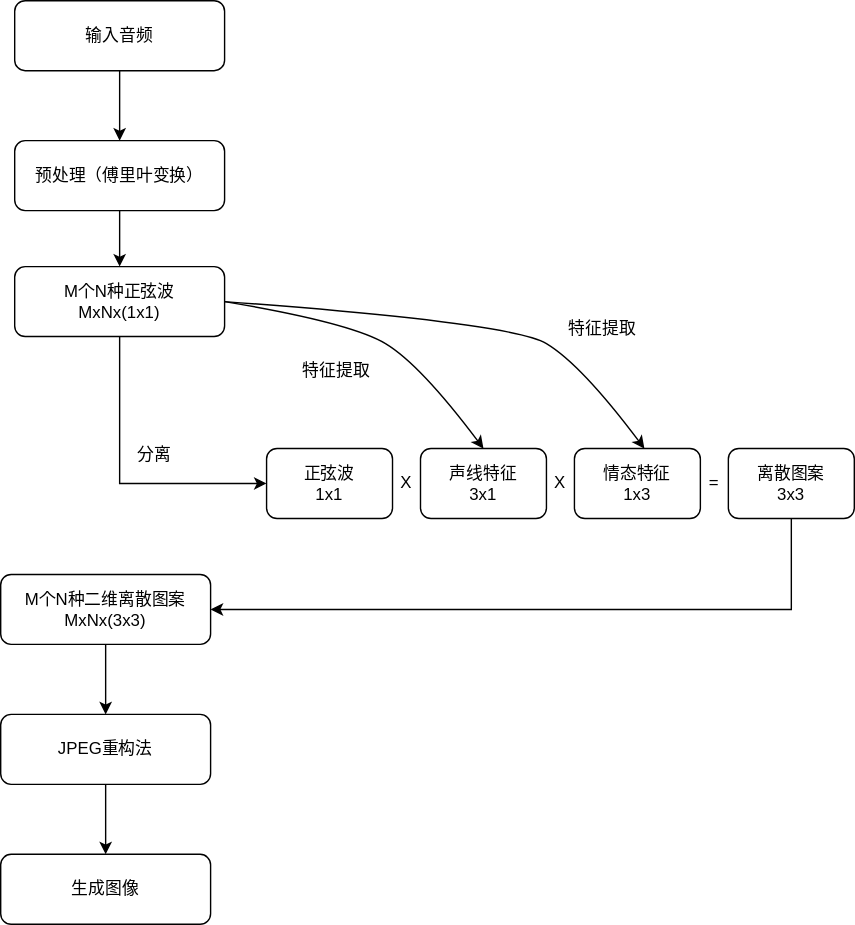
This is audio2image.svg from hrf666666/FlowCharts, a draw.io export, as it was before one commit. Source tidied: cells renumbered, new cells last; positions are measured from the earlier drawing's top-left corner, leaving out a move shared by most shapes.
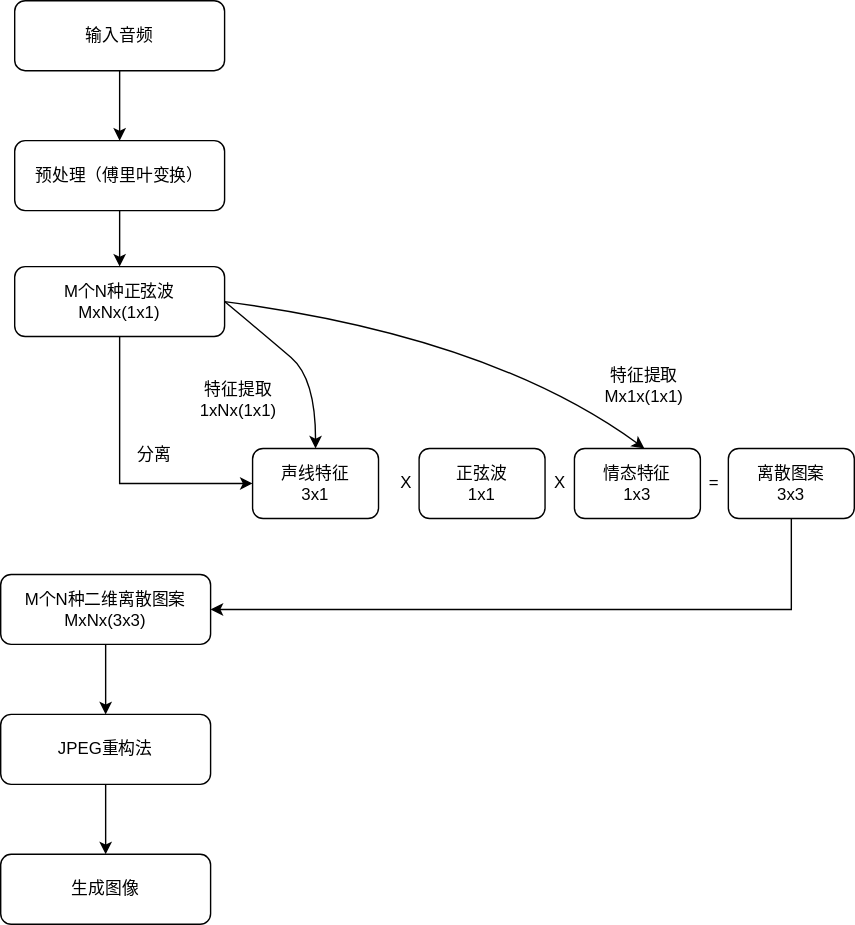
After the commit.

Diff of the diagram source:
```diff
@@ -36,7 +36,7 @@
       <mxGeometry x="410" y="320" width="90" height="50" as="geometry" />
     </mxCell>
     <mxCell id="13" value="声线特征&lt;br&gt;3x1" style="rounded=1;whiteSpace=wrap;html=1;fontSize=12;glass=0;strokeWidth=1;shadow=0;" parent="1" vertex="1">
-      <mxGeometry x="300" y="320" width="90" height="50" as="geometry" />
+      <mxGeometry x="180" y="320" width="90" height="50" as="geometry" />
     </mxCell>
     <mxCell id="14" value="X" style="text;strokeColor=none;align=center;fillColor=none;html=1;verticalAlign=middle;whiteSpace=wrap;rounded=0;" parent="1" vertex="1">
       <mxGeometry x="370" y="330" width="60" height="30" as="geometry" />
@@ -48,7 +48,7 @@
       <mxGeometry x="520" y="320" width="90" height="50" as="geometry" />
     </mxCell>
     <mxCell id="17" value="正弦波&lt;br&gt;1x1" style="rounded=1;whiteSpace=wrap;html=1;fontSize=12;glass=0;strokeWidth=1;shadow=0;" parent="1" vertex="1">
-      <mxGeometry x="190" y="320" width="90" height="50" as="geometry" />
+      <mxGeometry x="299" y="320" width="90" height="50" as="geometry" />
     </mxCell>
     <mxCell id="18" value="X" style="text;strokeColor=none;align=center;fillColor=none;html=1;verticalAlign=middle;whiteSpace=wrap;rounded=0;" parent="1" vertex="1">
       <mxGeometry x="260" y="330" width="60" height="30" as="geometry" />
@@ -56,7 +56,7 @@
     <mxCell id="19" value="分离" style="text;strokeColor=none;align=center;fillColor=none;html=1;verticalAlign=middle;whiteSpace=wrap;rounded=0;" parent="1" vertex="1">
       <mxGeometry x="80" y="310" width="60" height="30" as="geometry" />
     </mxCell>
-    <mxCell id="20" style="endArrow=classic;html=1;rounded=0;exitX=0.5;exitY=1;exitDx=0;exitDy=0;entryX=0;entryY=0.5;entryDx=0;entryDy=0;" parent="1" edge="1" source="7" target="17">
+    <mxCell id="20" style="endArrow=classic;html=1;rounded=0;exitX=0.5;exitY=1;exitDx=0;exitDy=0;entryX=0;entryY=0.5;entryDx=0;entryDy=0;" parent="1" edge="1" source="7" target="13">
       <mxGeometry relative="1" as="geometry">
         <Array as="points">
           <mxPoint x="85" y="345" />
@@ -73,23 +73,22 @@
     <mxCell id="22" style="curved=1;endArrow=classic;html=1;rounded=0;exitX=1;exitY=0.5;exitDx=0;exitDy=0;entryX=0.5;entryY=0;entryDx=0;entryDy=0;" parent="1" edge="1" source="7" target="13">
       <mxGeometry relative="1" as="geometry">
         <Array as="points">
-          <mxPoint x="250" y="230" />
-          <mxPoint x="300" y="260" />
+          <mxPoint x="190" y="240" />
+          <mxPoint x="225" y="270" />
         </Array>
       </mxGeometry>
     </mxCell>
-    <mxCell id="23" value="特征提取" style="text;strokeColor=none;align=center;fillColor=none;html=1;verticalAlign=middle;whiteSpace=wrap;rounded=0;" parent="1" vertex="1">
-      <mxGeometry x="210" y="250" width="60" height="30" as="geometry" />
+    <mxCell id="23" value="特征提取&lt;br&gt;1xNx(1x1)" style="text;strokeColor=none;align=center;fillColor=none;html=1;verticalAlign=middle;whiteSpace=wrap;rounded=0;" parent="1" vertex="1">
+      <mxGeometry x="140" y="270" width="60" height="30" as="geometry" />
     </mxCell>
-    <mxCell id="24" value="特征提取" style="text;strokeColor=none;align=center;fillColor=none;html=1;verticalAlign=middle;whiteSpace=wrap;rounded=0;" parent="1" vertex="1">
-      <mxGeometry x="400" y="220" width="60" height="30" as="geometry" />
+    <mxCell id="24" value="特征提取&lt;br&gt;Mx1x(1x1)" style="text;strokeColor=none;align=center;fillColor=none;html=1;verticalAlign=middle;whiteSpace=wrap;rounded=0;" parent="1" vertex="1">
+      <mxGeometry x="430" y="260" width="60" height="30" as="geometry" />
     </mxCell>
     <mxCell id="25" style="curved=1;endArrow=classic;html=1;rounded=0;exitX=1;exitY=0.5;exitDx=0;exitDy=0;" parent="1" edge="1" source="7">
       <mxGeometry relative="1" as="geometry">
         <mxPoint x="460" y="320" as="targetPoint" />
         <Array as="points">
-          <mxPoint x="365" y="230" />
-          <mxPoint x="415" y="260" />
+          <mxPoint x="350" y="240" />
         </Array>
       </mxGeometry>
     </mxCell>
```
